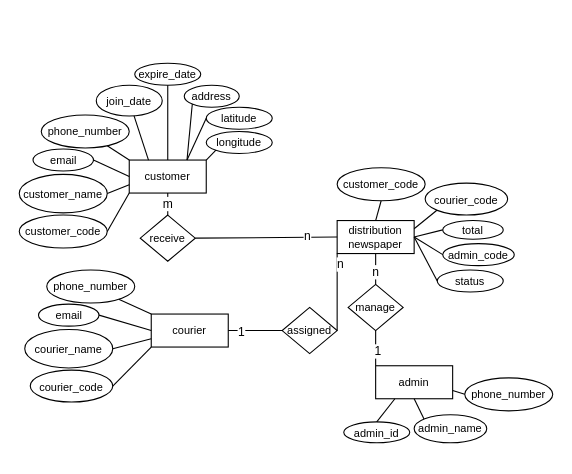
Before: ERD rb-location-tracer.drawio in kritimauludin/rb-location-tracker-design, a draw.io diagram. Source tidied: cells renumbered, new cells numbered last; positions are measured from the earlier drawing's top-left corner, leaving out a move shared by most shapes. Both pictures are drawn from the tidied source at 110%, with x=0, y=0 at pixel (19, 63).
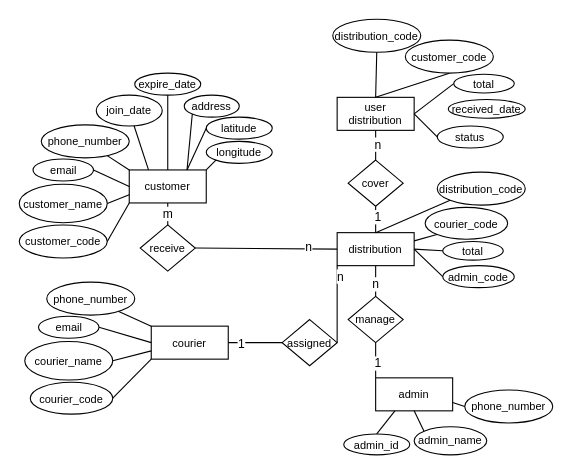
Above is the later version.

What changed in the source:
```diff
@@
     <mxCell id="2" value="email" style="ellipse;whiteSpace=wrap;html=1;fontSize=10;" parent="1" vertex="1">
-      <mxGeometry x="12.5" y="78" width="55" height="20" as="geometry" />
+      <mxGeometry x="12.5" y="87" width="55" height="20" as="geometry" />
     </mxCell>
     <mxCell id="3" value="courier" style="rounded=0;whiteSpace=wrap;html=1;fontSize=10;" parent="1" vertex="1">
-      <mxGeometry x="120" y="228" width="70" height="30" as="geometry" />
+      <mxGeometry x="120" y="239" width="70" height="30" as="geometry" />
     </mxCell>
     <mxCell id="4" value="customer" style="rounded=0;whiteSpace=wrap;html=1;fontSize=10;" parent="1" vertex="1">
-      <mxGeometry x="100" y="88" width="70" height="30" as="geometry" />
+      <mxGeometry x="100" y="97" width="70" height="30" as="geometry" />
     </mxCell>
     <mxCell id="5" value="customer_code" style="ellipse;whiteSpace=wrap;html=1;fontSize=10;" parent="1" vertex="1">
-      <mxGeometry y="138" width="80" height="30" as="geometry" />
+      <mxGeometry y="147" width="80" height="30" as="geometry" />
     </mxCell>
     <mxCell id="6" value="customer_name" style="ellipse;whiteSpace=wrap;html=1;fontSize=10;" parent="1" vertex="1">
-      <mxGeometry y="101" width="80" height="35" as="geometry" />
+      <mxGeometry y="110" width="80" height="35" as="geometry" />
     </mxCell>
     <mxCell id="7" value="phone_number" style="ellipse;whiteSpace=wrap;html=1;fontSize=10;" parent="1" vertex="1">
-      <mxGeometry x="20" y="47" width="80" height="30" as="geometry" />
+      <mxGeometry x="20" y="56" width="80" height="30" as="geometry" />
     </mxCell>
     <mxCell id="8" value="join_date" style="ellipse;whiteSpace=wrap;html=1;fontSize=10;" parent="1" vertex="1">
-      <mxGeometry x="70" y="20" width="60" height="28" as="geometry" />
+      <mxGeometry x="70" y="29" width="60" height="28" as="geometry" />
     </mxCell>
     <mxCell id="9" value="expire_date" style="ellipse;whiteSpace=wrap;html=1;fontSize=10;" parent="1" vertex="1">
-      <mxGeometry x="105" width="60" height="20" as="geometry" />
+      <mxGeometry x="105" y="9" width="60" height="20" as="geometry" />
     </mxCell>
     <mxCell id="10" value="address" style="ellipse;whiteSpace=wrap;html=1;fontSize=10;" parent="1" vertex="1">
-      <mxGeometry x="150" y="20" width="50" height="20" as="geometry" />
+      <mxGeometry x="150" y="29" width="50" height="20" as="geometry" />
     </mxCell>
     <mxCell id="11" value="latitude" style="ellipse;whiteSpace=wrap;html=1;fontSize=10;" parent="1" vertex="1">
-      <mxGeometry x="170" y="40" width="60" height="20" as="geometry" />
+      <mxGeometry x="170" y="49" width="60" height="20" as="geometry" />
     </mxCell>
     <mxCell id="12" value="longitude" style="ellipse;whiteSpace=wrap;html=1;fontSize=10;" parent="1" vertex="1">
-      <mxGeometry x="170" y="62" width="60" height="20" as="geometry" />
+      <mxGeometry x="170" y="71" width="60" height="20" as="geometry" />
     </mxCell>
@@
     <mxCell id="22" value="admin" style="rounded=0;whiteSpace=wrap;html=1;fontSize=10;" parent="1" vertex="1">
-      <mxGeometry x="324" y="275" width="70" height="30" as="geometry" />
+      <mxGeometry x="324" y="286" width="70" height="30" as="geometry" />
     </mxCell>
-    <mxCell id="23" value="distribution&lt;br&gt;newspaper" style="rounded=0;whiteSpace=wrap;html=1;fontSize=10;" parent="1" vertex="1">
-      <mxGeometry x="289" y="143" width="70" height="30" as="geometry" />
+    <mxCell id="23" value="distribution" style="rounded=0;whiteSpace=wrap;html=1;fontSize=10;" parent="1" vertex="1">
+      <mxGeometry x="289" y="154" width="70" height="30" as="geometry" />
     </mxCell>
     <mxCell id="24" value="email" style="ellipse;whiteSpace=wrap;html=1;fontSize=10;" parent="1" vertex="1">
-      <mxGeometry x="17.5" y="219" width="55" height="20" as="geometry" />
+      <mxGeometry x="17.5" y="230" width="55" height="20" as="geometry" />
     </mxCell>
     <mxCell id="25" value="courier_code" style="ellipse;whiteSpace=wrap;html=1;fontSize=10;" parent="1" vertex="1">
-      <mxGeometry x="10" y="279" width="75" height="29" as="geometry" />
+      <mxGeometry x="10" y="290" width="75" height="29" as="geometry" />
     </mxCell>
     <mxCell id="26" value="courier_name" style="ellipse;whiteSpace=wrap;html=1;fontSize=10;" parent="1" vertex="1">
-      <mxGeometry x="5" y="242" width="80" height="35" as="geometry" />
+      <mxGeometry x="5" y="253" width="80" height="35" as="geometry" />
     </mxCell>
     <mxCell id="27" value="phone_number" style="ellipse;whiteSpace=wrap;html=1;fontSize=10;" parent="1" vertex="1">
-      <mxGeometry x="25" y="188" width="80" height="30" as="geometry" />
+      <mxGeometry x="25" y="199" width="80" height="30" as="geometry" />
     </mxCell>
@@
     <mxCell id="32" value="admin_id" style="ellipse;whiteSpace=wrap;html=1;fontSize=10;" parent="1" vertex="1">
-      <mxGeometry x="295" y="326" width="60" height="19" as="geometry" />
+      <mxGeometry x="295" y="337" width="60" height="19" as="geometry" />
     </mxCell>
     <mxCell id="33" value="admin_name" style="ellipse;whiteSpace=wrap;html=1;fontSize=10;" parent="1" vertex="1">
-      <mxGeometry x="359" y="319.5" width="66" height="25.5" as="geometry" />
+      <mxGeometry x="359" y="330.5" width="66" height="25.5" as="geometry" />
     </mxCell>
     <mxCell id="34" value="phone_number" style="ellipse;whiteSpace=wrap;html=1;fontSize=10;" parent="1" vertex="1">
-      <mxGeometry x="405" y="286" width="80" height="30" as="geometry" />
+      <mxGeometry x="405" y="297" width="80" height="30" as="geometry" />
     </mxCell>
@@
-    <mxCell id="38" value="status" style="ellipse;whiteSpace=wrap;html=1;fontSize=10;" parent="1" vertex="1">
-      <mxGeometry x="380" y="188" width="60" height="20" as="geometry" />
-    </mxCell>
-    <mxCell id="39" value="customer_code" style="ellipse;whiteSpace=wrap;html=1;fontSize=10;" parent="1" vertex="1">
-      <mxGeometry x="289" y="95" width="80" height="30" as="geometry" />
-    </mxCell>
     <mxCell id="40" value="courier_code" style="ellipse;whiteSpace=wrap;html=1;fontSize=10;" parent="1" vertex="1">
-      <mxGeometry x="369" y="109" width="75" height="29" as="geometry" />
+      <mxGeometry x="369" y="131" width="75" height="29" as="geometry" />
     </mxCell>
-    <mxCell id="41" style="endArrow=none;html=1;rounded=0;entryX=0.5;entryY=1;entryDx=0;entryDy=0;exitX=0.5;exitY=0;exitDx=0;exitDy=0;" parent="1" edge="1" source="23" target="39">
-      <mxGeometry relative="1" as="geometry" />
-    </mxCell>
@@
-    <mxCell id="43" style="endArrow=none;html=1;rounded=0;entryX=0;entryY=0.5;entryDx=0;entryDy=0;exitX=1;exitY=0.5;exitDx=0;exitDy=0;" parent="1" edge="1" source="23" target="38">
-      <mxGeometry relative="1" as="geometry" />
-    </mxCell>
     <mxCell id="44" value="receive" style="rhombus;whiteSpace=wrap;html=1;fontSize=10;" parent="1" vertex="1">
-      <mxGeometry x="110" y="138" width="50" height="42" as="geometry" />
+      <mxGeometry x="110" y="147" width="50" height="42" as="geometry" />
     </mxCell>
@@
     <mxCell id="48" value="assigned" style="rhombus;whiteSpace=wrap;html=1;fontSize=10;" parent="1" vertex="1">
-      <mxGeometry x="239" y="222" width="50" height="42" as="geometry" />
+      <mxGeometry x="239" y="233" width="50" height="42" as="geometry" />
     </mxCell>
@@
     <mxCell id="51" value="manage" style="rhombus;whiteSpace=wrap;html=1;fontSize=10;" parent="1" vertex="1">
-      <mxGeometry x="299" y="201" width="50" height="42" as="geometry" />
+      <mxGeometry x="299" y="212" width="50" height="42" as="geometry" />
     </mxCell>
@@
     <mxCell id="58" value="total" style="ellipse;whiteSpace=wrap;html=1;fontSize=10;" parent="1" vertex="1">
-      <mxGeometry x="385" y="143" width="55" height="17" as="geometry" />
+      <mxGeometry x="385" y="162" width="55" height="17" as="geometry" />
     </mxCell>
     <mxCell id="59" value="admin_code" style="ellipse;whiteSpace=wrap;html=1;fontSize=10;" parent="1" vertex="1">
-      <mxGeometry x="385" y="164" width="65" height="20" as="geometry" />
+      <mxGeometry x="385" y="184" width="65" height="20" as="geometry" />
     </mxCell>
@@
+    <mxCell id="62" value="distribution_code" style="ellipse;whiteSpace=wrap;html=1;fontSize=10;" parent="1" vertex="1">
+      <mxGeometry x="380" y="99" width="80" height="30" as="geometry" />
+    </mxCell>
+    <mxCell id="63" style="endArrow=none;html=1;rounded=0;entryX=0;entryY=1;entryDx=0;entryDy=0;exitX=0.5;exitY=0;exitDx=0;exitDy=0;" parent="1" edge="1" source="23" target="62">
+      <mxGeometry relative="1" as="geometry" />
+    </mxCell>
+    <mxCell id="64" value="user distribution" style="rounded=0;whiteSpace=wrap;html=1;fontSize=10;" parent="1" vertex="1">
+      <mxGeometry x="289" y="31" width="70" height="30" as="geometry" />
+    </mxCell>
+    <mxCell id="38" value="status" style="ellipse;whiteSpace=wrap;html=1;fontSize=10;" parent="1" vertex="1">
+      <mxGeometry x="380" y="57" width="60" height="20" as="geometry" />
+    </mxCell>
+    <mxCell id="39" value="customer_code" style="ellipse;whiteSpace=wrap;html=1;fontSize=10;" parent="1" vertex="1">
+      <mxGeometry x="351" y="-21" width="80" height="30" as="geometry" />
+    </mxCell>
+    <mxCell id="65" style="endArrow=none;html=1;rounded=0;entryX=0.5;entryY=1;entryDx=0;entryDy=0;exitX=0.5;exitY=0;exitDx=0;exitDy=0;" parent="1" edge="1" source="64" target="39">
+      <mxGeometry relative="1" as="geometry" />
+    </mxCell>
+    <mxCell id="66" style="endArrow=none;html=1;rounded=0;entryX=0;entryY=0.5;entryDx=0;entryDy=0;exitX=1;exitY=0.5;exitDx=0;exitDy=0;" parent="1" edge="1" source="64" target="38">
+      <mxGeometry relative="1" as="geometry" />
+    </mxCell>
+    <mxCell id="67" value="total" style="ellipse;whiteSpace=wrap;html=1;fontSize=10;" parent="1" vertex="1">
+      <mxGeometry x="395" y="10" width="55" height="17" as="geometry" />
+    </mxCell>
+    <mxCell id="68" style="endArrow=none;html=1;rounded=0;entryX=0;entryY=0.5;entryDx=0;entryDy=0;exitX=1;exitY=0.5;exitDx=0;exitDy=0;" parent="1" edge="1" source="64" target="67">
+      <mxGeometry relative="1" as="geometry" />
+    </mxCell>
+    <mxCell id="69" value="distribution_code" style="ellipse;whiteSpace=wrap;html=1;fontSize=10;" parent="1" vertex="1">
+      <mxGeometry x="285" y="-40" width="80" height="30" as="geometry" />
+    </mxCell>
+    <mxCell id="70" style="endArrow=none;html=1;rounded=0;entryX=0.5;entryY=1;entryDx=0;entryDy=0;exitX=0.5;exitY=0;exitDx=0;exitDy=0;" parent="1" edge="1" source="64" target="69">
+      <mxGeometry relative="1" as="geometry" />
+    </mxCell>
+    <mxCell id="71" style="endArrow=none;html=1;rounded=0;entryX=0.5;entryY=1;entryDx=0;entryDy=0;exitX=0.5;exitY=0;exitDx=0;exitDy=0;" parent="1" edge="1" source="23" target="73">
+      <mxGeometry relative="1" as="geometry" />
+    </mxCell>
+    <mxCell id="72" value="1" style="edgeLabel;html=1;align=center;verticalAlign=middle;" parent="71" vertex="1">
+      <mxGeometry x="0.25" y="-1" relative="1" as="geometry" />
+    </mxCell>
+    <mxCell id="73" value="cover" style="rhombus;whiteSpace=wrap;html=1;fontSize=10;" parent="1" vertex="1">
+      <mxGeometry x="299" y="88" width="50" height="42" as="geometry" />
+    </mxCell>
+    <mxCell id="74" style="endArrow=none;html=1;rounded=0;entryX=0.5;entryY=0;entryDx=0;entryDy=0;exitX=0.5;exitY=1;exitDx=0;exitDy=0;" parent="1" edge="1" source="64" target="73">
+      <mxGeometry relative="1" as="geometry" />
+    </mxCell>
+    <mxCell id="75" value="n" style="edgeLabel;html=1;align=center;verticalAlign=middle;" parent="74" vertex="1">
+      <mxGeometry x="-0.13" y="1" relative="1" as="geometry" />
+    </mxCell>
+    <mxCell id="76" value="received_date" style="ellipse;whiteSpace=wrap;html=1;fontSize=10;" parent="1" vertex="1">
+      <mxGeometry x="390" y="33" width="70" height="17" as="geometry" />
+    </mxCell>
```
